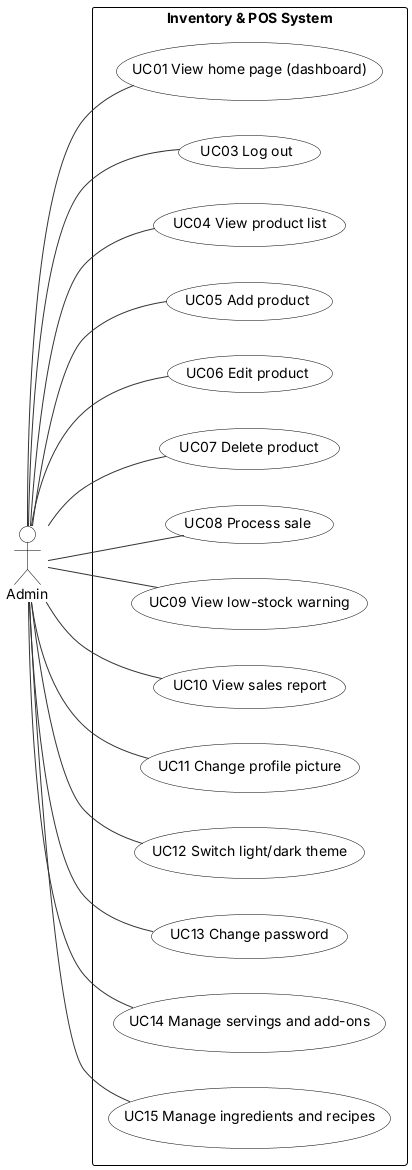
JmlAsync/inventory-pos-system keeps this PlantUML diagram as diagrams/uml/16_actor_admin.png. Above is the earlier version. Its diagram source:
```plantuml
@startuml
skinparam defaultFontName Arial
skinparam shadowing false
skinparam ArrowColor #333333
skinparam rectangle {
  BackgroundColor White
  BorderColor Black
}
skinparam usecase {
  BackgroundColor White
  BorderColor Black
}
skinparam class {
  BackgroundColor White
  BorderColor Black
  HeaderBackgroundColor #E6F1EE
}
skinparam activity {
  BackgroundColor White
  BorderColor Black
}
skinparam state {
  BackgroundColor White
  BorderColor Black
}
skinparam sequence {
  ParticipantBackgroundColor White
  ParticipantBorderColor Black
  LifeLineBorderColor #888888
  ActorBorderColor Black
  ActorBackgroundColor White
}
skinparam note {
  BackgroundColor #FFFBEA
  BorderColor #C9B458
}
skinparam swimlaneWidth same
hide circle

left to right direction
actor "Admin" as A
rectangle "Inventory & POS System" {
  usecase "UC01 View home page (dashboard)" as U0
  usecase "UC03 Log out" as U1
  usecase "UC04 View product list" as U2
  usecase "UC05 Add product" as U3
  usecase "UC06 Edit product" as U4
  usecase "UC07 Delete product" as U5
  usecase "UC08 Process sale" as U6
  usecase "UC09 View low-stock warning" as U7
  usecase "UC10 View sales report" as U8
  usecase "UC11 Change profile picture" as U9
  usecase "UC12 Switch light/dark theme" as U10
  usecase "UC13 Change password" as U11
  usecase "UC14 Manage servings and add-ons" as U12
  usecase "UC15 Manage ingredients and recipes" as U13
}
A -- U0
A -- U1
A -- U2
A -- U3
A -- U4
A -- U5
A -- U6
A -- U7
A -- U8
A -- U9
A -- U10
A -- U11
A -- U12
A -- U13
@enduml
```
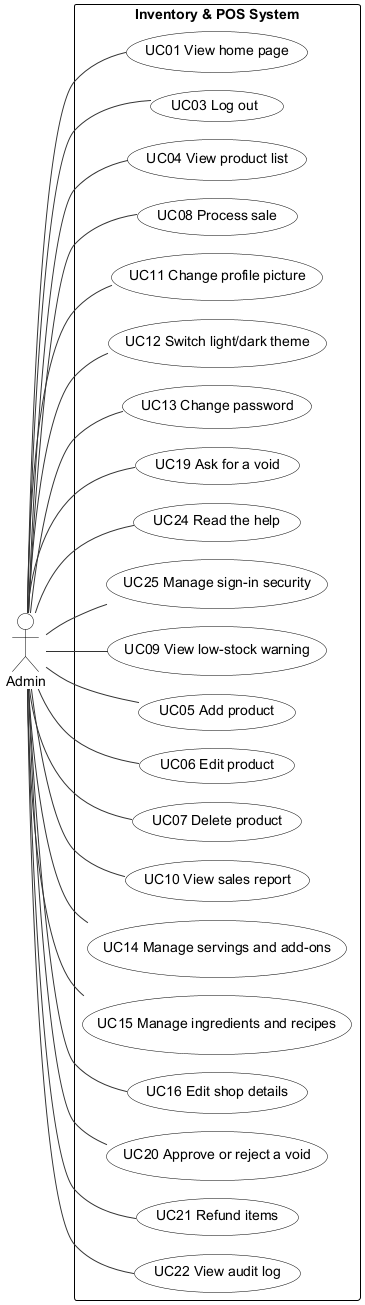
Above is the later version.

Change to the diagram source:
```diff
@@ -1,4 +1,5 @@
 @startuml
+!pragma layout smetana
 skinparam defaultFontName Arial
 skinparam shadowing false
 skinparam ArrowColor #333333
@@ -40,33 +41,47 @@
 left to right direction
 actor "Admin" as A
 rectangle "Inventory & POS System" {
-  usecase "UC01 View home page (dashboard)" as U0
-  usecase "UC03 Log out" as U1
-  usecase "UC04 View product list" as U2
-  usecase "UC05 Add product" as U3
-  usecase "UC06 Edit product" as U4
-  usecase "UC07 Delete product" as U5
-  usecase "UC08 Process sale" as U6
-  usecase "UC09 View low-stock warning" as U7
-  usecase "UC10 View sales report" as U8
-  usecase "UC11 Change profile picture" as U9
-  usecase "UC12 Switch light/dark theme" as U10
-  usecase "UC13 Change password" as U11
-  usecase "UC14 Manage servings and add-ons" as U12
-  usecase "UC15 Manage ingredients and recipes" as U13
+  usecase "UC01 View home page" as UC01
+  usecase "UC03 Log out" as UC03
+  usecase "UC04 View product list" as UC04
+  usecase "UC08 Process sale" as UC08
+  usecase "UC11 Change profile picture" as UC11
+  usecase "UC12 Switch light/dark theme" as UC12
+  usecase "UC13 Change password" as UC13
+  usecase "UC19 Ask for a void" as UC19
+  usecase "UC24 Read the help" as UC24
+  usecase "UC25 Manage sign-in security" as UC25
+  usecase "UC09 View low-stock warning" as UC09
+  usecase "UC05 Add product" as UC05
+  usecase "UC06 Edit product" as UC06
+  usecase "UC07 Delete product" as UC07
+  usecase "UC10 View sales report" as UC10
+  usecase "UC14 Manage servings and add-ons" as UC14
+  usecase "UC15 Manage ingredients and recipes" as UC15
+  usecase "UC16 Edit shop details" as UC16
+  usecase "UC20 Approve or reject a void" as UC20
+  usecase "UC21 Refund items" as UC21
+  usecase "UC22 View audit log" as UC22
 }
-A -- U0
-A -- U1
-A -- U2
-A -- U3
-A -- U4
-A -- U5
-A -- U6
-A -- U7
-A -- U8
-A -- U9
-A -- U10
-A -- U11
-A -- U12
-A -- U13
+A -- UC01
+A -- UC03
+A -- UC04
+A -- UC08
+A -- UC11
+A -- UC12
+A -- UC13
+A -- UC19
+A -- UC24
+A -- UC25
+A -- UC09
+A -- UC05
+A -- UC06
+A -- UC07
+A -- UC10
+A -- UC14
+A -- UC15
+A -- UC16
+A -- UC20
+A -- UC21
+A -- UC22
 @enduml
```
